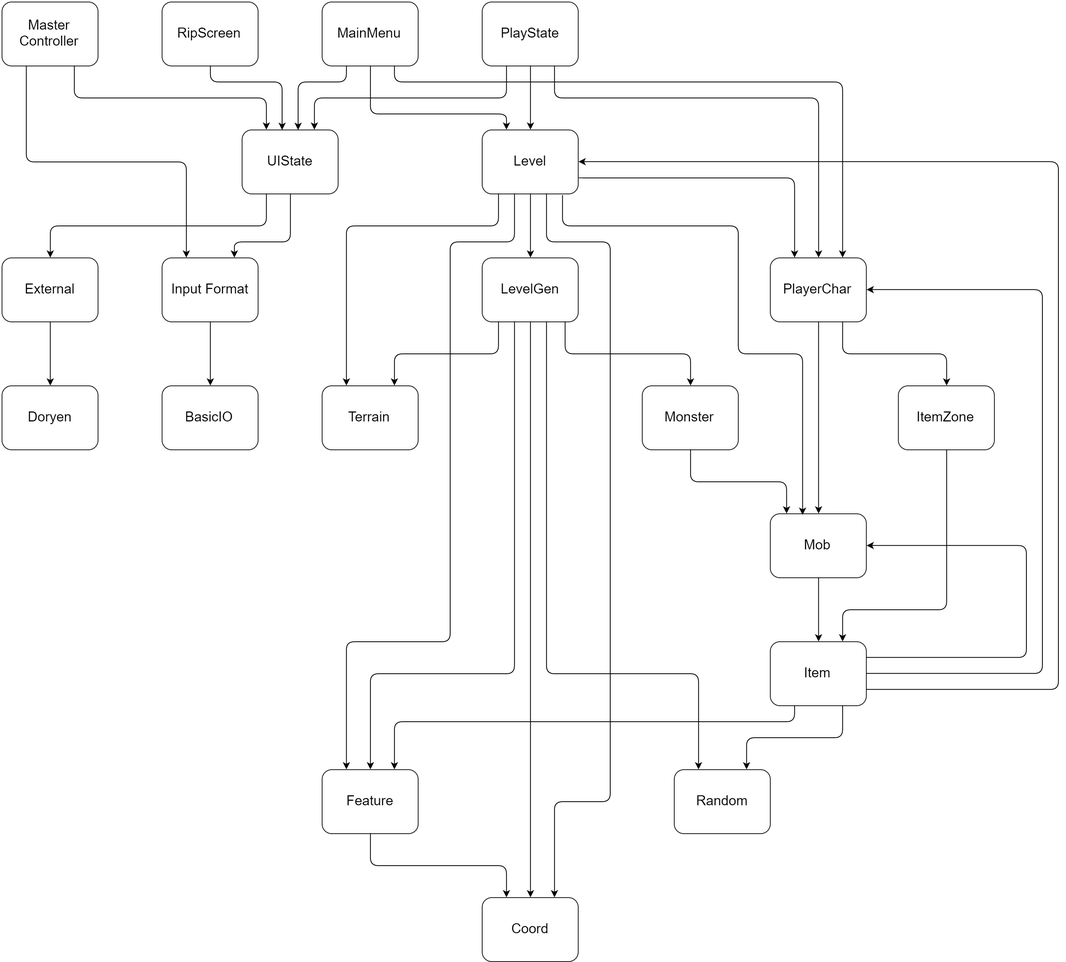
Before: Doc/Design/MG/UH.png, a diagram exported from draw.io (prinsij/RogueReborn). Source tidied: cells renumbered, new cells last; positions are measured from the earlier drawing's top-left corner, leaving out a move shared by most shapes.
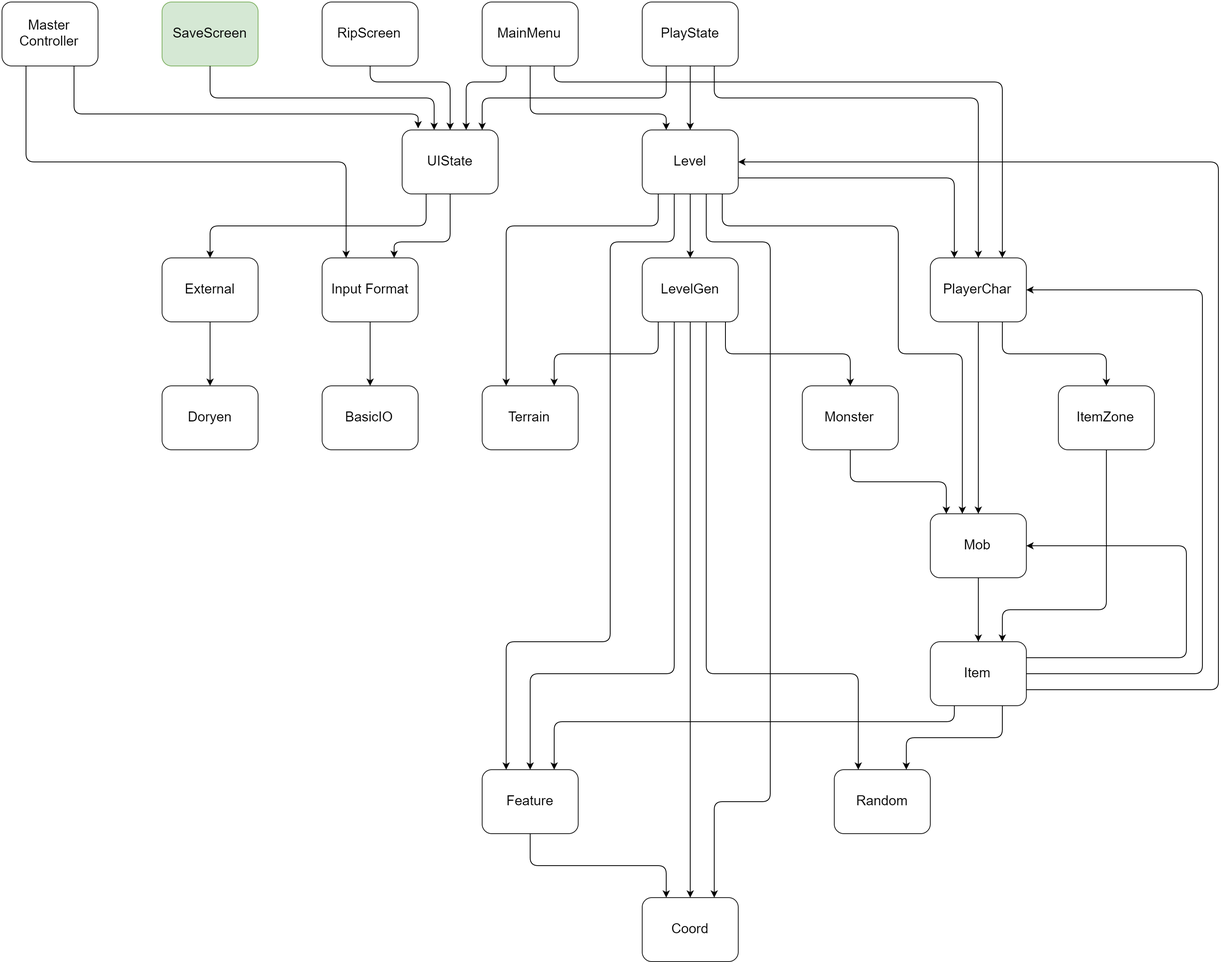
The same file after the commit.

Change to the diagram source:
```diff
@@ -36,7 +36,7 @@
       <mxGeometry x="600" y="160" width="120" height="80" as="geometry" />
     </mxCell>
     <mxCell id="13" value="Master&lt;div&gt;Controller&lt;/div&gt;" style="rounded=1;whiteSpace=wrap;html=1;strokeColor=#1A1A1A;strokeWidth=1;fillColor=#FFFFFF;fontSize=17;align=center;" parent="1" vertex="1">
-      <mxGeometry width="120" height="80" as="geometry" />
+      <mxGeometry x="-200" width="120" height="80" as="geometry" />
     </mxCell>
     <mxCell id="14" value="Terrain" style="rounded=1;whiteSpace=wrap;html=1;strokeColor=#1A1A1A;strokeWidth=1;fillColor=#FFFFFF;fontSize=17;align=center;" parent="1" vertex="1">
       <mxGeometry x="400" y="480" width="120" height="80" as="geometry" />
@@ -77,27 +77,27 @@
     <mxCell id="26" value="MainMenu" style="rounded=1;whiteSpace=wrap;html=1;strokeColor=#1A1A1A;strokeWidth=1;fillColor=#FFFFFF;fontSize=17;align=center;" parent="1" vertex="1">
       <mxGeometry x="400" width="120" height="80" as="geometry" />
     </mxCell>
-    <mxCell id="27" style="edgeStyle=elbowEdgeStyle;elbow=vertical;endArrow=none;html=1;strokeColor=#000000;strokeWidth=1;fontSize=17;entryX=0.5;entryY=1;endFill=0;startArrow=classic;startFill=1;" parent="1" edge="1" target="7">
+    <mxCell id="27" style="edgeStyle=elbowEdgeStyle;elbow=vertical;endArrow=none;html=1;strokeColor=#000000;strokeWidth=1;fontSize=17;entryX=0.5;entryY=1;endFill=0;startArrow=classic;startFill=1;exitX=0.5;exitY=0;" parent="1" edge="1" source="11" target="7">
       <mxGeometry relative="1" as="geometry">
-        <mxPoint x="350" y="160" as="sourcePoint" />
         <Array as="points">
           <mxPoint x="320" y="100" />
           <mxPoint x="290" y="120" />
         </Array>
       </mxGeometry>
     </mxCell>
-    <mxCell id="28" style="edgeStyle=elbowEdgeStyle;elbow=vertical;endArrow=none;html=1;strokeColor=#000000;strokeWidth=1;fontSize=17;entryX=0.75;entryY=1;endFill=0;startArrow=classic;startFill=1;exitX=0.25;exitY=0;" parent="1" edge="1" source="11" target="13">
+    <mxCell id="28" style="edgeStyle=elbowEdgeStyle;elbow=vertical;endArrow=none;html=1;strokeColor=#000000;strokeWidth=1;fontSize=17;entryX=0.75;entryY=1;endFill=0;startArrow=classic;startFill=1;exitX=0.167;exitY=-0.014;exitPerimeter=0;" parent="1" edge="1" source="11" target="13">
       <mxGeometry relative="1" as="geometry">
         <Array as="points">
+          <mxPoint x="200" y="140" />
+          <mxPoint x="90" y="130" />
           <mxPoint x="270" y="120" />
           <mxPoint x="200" y="160" />
           <mxPoint x="190" y="180" />
         </Array>
       </mxGeometry>
     </mxCell>
-    <mxCell id="29" style="edgeStyle=elbowEdgeStyle;elbow=vertical;endArrow=none;html=1;strokeColor=#000000;strokeWidth=1;fontSize=17;entryX=0.25;entryY=1;endFill=0;startArrow=classic;startFill=1;" parent="1" edge="1" target="26">
+    <mxCell id="29" style="edgeStyle=elbowEdgeStyle;elbow=vertical;endArrow=none;html=1;strokeColor=#000000;strokeWidth=1;fontSize=17;entryX=0.25;entryY=1;endFill=0;startArrow=classic;startFill=1;exitX=0.67;exitY=-0.005;exitPerimeter=0;" parent="1" edge="1" source="11" target="26">
       <mxGeometry x="750.1" y="120.3" as="geometry">
-        <mxPoint x="370" y="160" as="sourcePoint" />
         <Array as="points">
           <mxPoint x="450" y="100" />
           <mxPoint x="400" y="100" />
@@ -105,7 +105,7 @@
         </Array>
       </mxGeometry>
     </mxCell>
-    <mxCell id="30" style="edgeStyle=elbowEdgeStyle;elbow=vertical;endArrow=none;html=1;strokeColor=#000000;strokeWidth=1;fontSize=17;entryX=0.25;entryY=1;endFill=0;startArrow=classic;startFill=1;exitX=0.75;exitY=0;" parent="1" edge="1" source="11" target="25">
+    <mxCell id="30" style="edgeStyle=elbowEdgeStyle;elbow=vertical;endArrow=none;html=1;strokeColor=#000000;strokeWidth=1;fontSize=17;entryX=0.25;entryY=1;endFill=0;startArrow=classic;startFill=1;exitX=0.833;exitY=0;exitPerimeter=0;" parent="1" edge="1" source="11" target="25">
       <mxGeometry x="630.1" y="120.3" as="geometry">
         <Array as="points">
           <mxPoint x="640" y="120" />
@@ -464,5 +464,18 @@
         </Array>
       </mxGeometry>
     </mxCell>
+    <mxCell id="60" value="SaveScreen" style="rounded=1;whiteSpace=wrap;html=1;strokeColor=#82b366;strokeWidth=1;fillColor=#d5e8d4;fontSize=17;align=center;" parent="1" vertex="1">
+      <mxGeometry width="120" height="80" as="geometry" />
+    </mxCell>
+    <mxCell id="61" style="edgeStyle=elbowEdgeStyle;elbow=vertical;endArrow=none;html=1;strokeColor=#000000;strokeWidth=1;fontSize=17;entryX=0.5;entryY=1;endFill=0;startArrow=classic;startFill=1;" parent="1" edge="1" target="60">
+      <mxGeometry relative="1" as="geometry">
+        <mxPoint x="340" y="160" as="sourcePoint" />
+        <Array as="points">
+          <mxPoint x="190" y="120" />
+          <mxPoint x="310" y="110" />
+          <mxPoint x="280" y="130" />
+        </Array>
+      </mxGeometry>
+    </mxCell>
   </root>
 </mxGraphModel>
```
